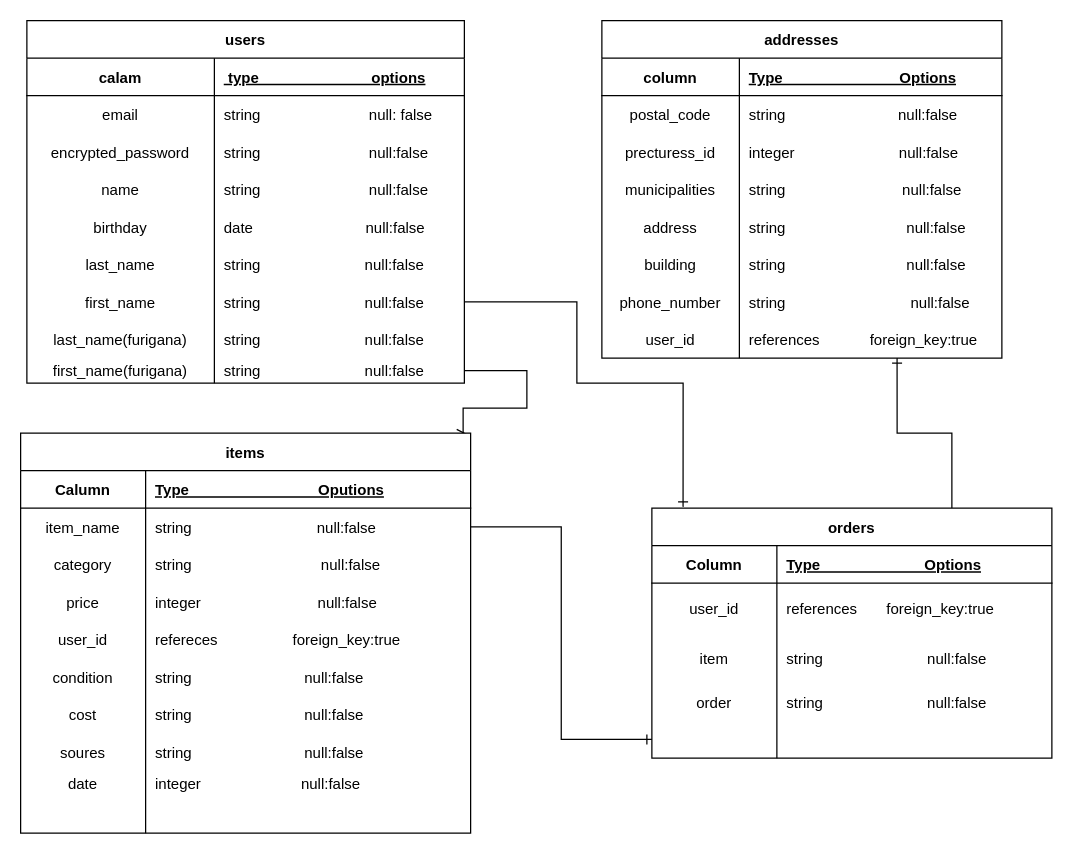
Before: test.dio in ikekou0015/furima-31160, a draw.io diagram. Source tidied: cells renumbered, new cells numbered last; positions are measured from the earlier drawing's top-left corner, leaving out a move shared by most shapes. Both pictures are drawn from the tidied source at 125%, with x=0, y=0 at pixel (20, 20).
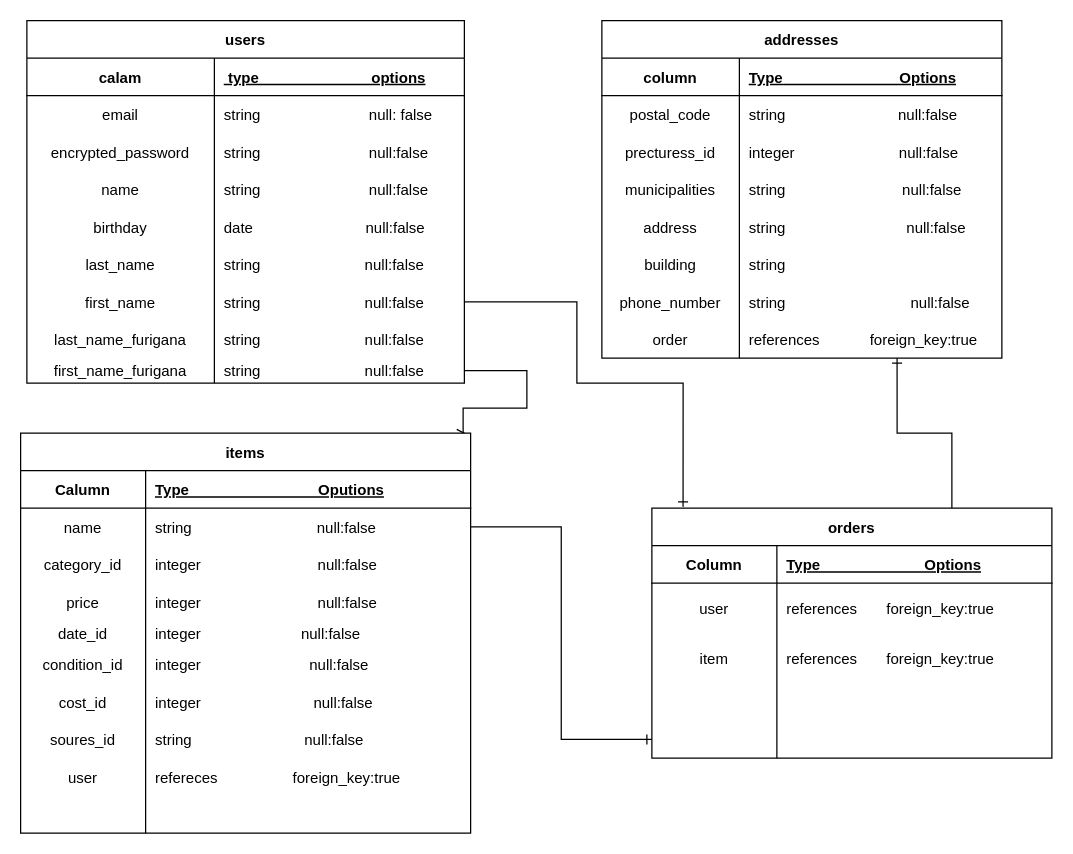
After the change.

Commit message (it also covers changes not shown here):
データベースER図修正３

Unchanged cells that the change refers to:
```xml
<mxCell id="24" style="shape=partialRectangle;fillColor=none;top=0;left=0;bottom=0;right=0;" parent="2" vertex="1">
  <mxGeometry y="240" width="350" height="30" as="geometry" />
</mxCell>
<mxCell id="27" style="shape=partialRectangle;fillColor=none;top=0;left=0;bottom=0;right=0;points=[[0,0.5],[1,0.5]];portConstraint=eastwest;" parent="2" vertex="1">
  <mxGeometry y="270" width="350" height="20" as="geometry" />
</mxCell>
<mxCell id="49" style="shape=partialRectangle;fillColor=none;top=0;left=0;bottom=0;right=0;" parent="33" vertex="1">
  <mxGeometry y="180" width="320" height="30" as="geometry" />
</mxCell>
<mxCell id="55" style="shape=partialRectangle;fillColor=none;top=0;left=0;bottom=0;right=0;points=[[0,0.5],[1,0.5]];portConstraint=eastwest;" parent="33" vertex="1">
  <mxGeometry y="240" width="320" height="30" as="geometry" />
</mxCell>
<mxCell id="58" value="items" style="shape=table;startSize=30;childLayout=tableLayout;rowLines=0;fontStyle=1;align=center;" parent="1" vertex="1">
  <mxGeometry y="330" width="360" height="320" as="geometry" />
</mxCell>
<mxCell id="62" style="shape=partialRectangle;fillColor=none;top=0;left=0;bottom=0;right=0;points=[[0,0.5],[1,0.5]];portConstraint=eastwest;" parent="58" vertex="1">
  <mxGeometry y="60" width="360" height="30" as="geometry" />
</mxCell>
<mxCell id="65" style="shape=partialRectangle;fillColor=none;top=0;left=0;bottom=0;right=0;" parent="58" vertex="1">
  <mxGeometry y="90" width="360" height="30" as="geometry" />
</mxCell>
<mxCell id="94" style="shape=partialRectangle;fillColor=none;top=0;left=0;bottom=0;right=0;" parent="90" vertex="1">
  <mxGeometry y="60" width="320" height="40" as="geometry" />
</mxCell>
<mxCell id="97" style="shape=partialRectangle;fillColor=none;top=0;left=0;bottom=0;right=0;" parent="90" vertex="1">
  <mxGeometry y="100" width="320" height="40" as="geometry" />
</mxCell>
<mxCell id="100" style="shape=partialRectangle;fillColor=none;top=0;left=0;bottom=0;right=0;" parent="90" vertex="1">
  <mxGeometry y="140" width="320" height="30" as="geometry" />
</mxCell>
```

What changed in the source:
```diff
@@
-    <mxCell id="25" value="last_name(furigana)" style="shape=partialRectangle;fillColor=none;top=0;left=0;bottom=0;right=0;overflow=hidden;" parent="24" vertex="1">
+    <mxCell id="25" value="last_name_furigana" style="shape=partialRectangle;fillColor=none;top=0;left=0;bottom=0;right=0;overflow=hidden;" parent="24" vertex="1">
       <mxGeometry width="150" height="30" as="geometry" />
     </mxCell>
@@
-    <mxCell id="28" value="first_name(furigana)" style="shape=partialRectangle;fillColor=none;top=0;left=0;bottom=0;right=0;overflow=hidden;" parent="27" vertex="1">
+    <mxCell id="28" value="first_name_furigana" style="shape=partialRectangle;fillColor=none;top=0;left=0;bottom=0;right=0;overflow=hidden;" parent="27" vertex="1">
       <mxGeometry width="150" height="20" as="geometry" />
     </mxCell>
@@
-    <mxCell id="51" value="string                             null:false" style="shape=partialRectangle;fillColor=none;top=0;left=0;bottom=0;right=0;align=left;spacingLeft=6;overflow=hidden;" parent="49" vertex="1">
+    <mxCell id="51" value="string                             " style="shape=partialRectangle;fillColor=none;top=0;left=0;bottom=0;right=0;align=left;spacingLeft=6;overflow=hidden;" parent="49" vertex="1">
       <mxGeometry x="110" width="210" height="30" as="geometry" />
     </mxCell>
@@
-    <mxCell id="56" value="user_id" style="shape=partialRectangle;fillColor=none;top=0;left=0;bottom=0;right=0;overflow=hidden;" parent="55" vertex="1">
+    <mxCell id="56" value="order" style="shape=partialRectangle;fillColor=none;top=0;left=0;bottom=0;right=0;overflow=hidden;" parent="55" vertex="1">
       <mxGeometry width="110" height="30" as="geometry" />
     </mxCell>
@@
-    <mxCell id="63" value="item_name" style="shape=partialRectangle;fillColor=none;top=0;left=0;bottom=0;right=0;overflow=hidden;" parent="62" vertex="1">
+    <mxCell id="63" value="name" style="shape=partialRectangle;fillColor=none;top=0;left=0;bottom=0;right=0;overflow=hidden;" parent="62" vertex="1">
       <mxGeometry width="100" height="30" as="geometry" />
     </mxCell>
@@
-    <mxCell id="66" value="category" style="shape=partialRectangle;fillColor=none;top=0;left=0;bottom=0;right=0;overflow=hidden;" parent="65" vertex="1">
+    <mxCell id="66" value="category_id" style="shape=partialRectangle;fillColor=none;top=0;left=0;bottom=0;right=0;overflow=hidden;" parent="65" vertex="1">
       <mxGeometry width="100" height="30" as="geometry" />
     </mxCell>
-    <mxCell id="67" value="string                               null:false" style="shape=partialRectangle;fillColor=none;top=0;left=0;bottom=0;right=0;align=left;spacingLeft=6;overflow=hidden;" parent="65" vertex="1">
+    <mxCell id="67" value="integer                            null:false" style="shape=partialRectangle;fillColor=none;top=0;left=0;bottom=0;right=0;align=left;spacingLeft=6;overflow=hidden;" parent="65" vertex="1">
       <mxGeometry x="100" width="260" height="30" as="geometry" />
     </mxCell>
@@
-    <mxCell id="71" style="shape=partialRectangle;fillColor=none;top=0;left=0;bottom=0;right=0;" parent="58" vertex="1">
-      <mxGeometry y="150" width="360" height="30" as="geometry" />
-    </mxCell>
-    <mxCell id="72" value="user_id" style="shape=partialRectangle;fillColor=none;top=0;left=0;bottom=0;right=0;overflow=hidden;" parent="71" vertex="1">
-      <mxGeometry width="100" height="30" as="geometry" />
-    </mxCell>
-    <mxCell id="73" value="refereces                  foreign_key:true" style="shape=partialRectangle;fillColor=none;top=0;left=0;bottom=0;right=0;align=left;spacingLeft=6;overflow=hidden;" parent="71" vertex="1">
-      <mxGeometry x="100" width="260" height="30" as="geometry" />
-    </mxCell>
+    <mxCell id="83" style="shape=partialRectangle;fillColor=none;top=0;left=0;bottom=0;right=0;" parent="58" vertex="1">
+      <mxGeometry y="150" width="360" height="20" as="geometry" />
+    </mxCell>
+    <mxCell id="84" value="date_id" style="shape=partialRectangle;fillColor=none;top=0;left=0;bottom=0;right=0;overflow=hidden;" parent="83" vertex="1">
+      <mxGeometry width="100" height="20" as="geometry" />
+    </mxCell>
+    <mxCell id="85" value="integer                        null:false" style="shape=partialRectangle;fillColor=none;top=0;left=0;bottom=0;right=0;align=left;spacingLeft=6;overflow=hidden;" parent="83" vertex="1">
+      <mxGeometry x="100" width="260" height="20" as="geometry" />
+    </mxCell>
     <mxCell id="74" style="shape=partialRectangle;fillColor=none;top=0;left=0;bottom=0;right=0;" parent="58" vertex="1">
-      <mxGeometry y="180" width="360" height="30" as="geometry" />
+      <mxGeometry y="170" width="360" height="30" as="geometry" />
     </mxCell>
-    <mxCell id="75" value="condition" style="shape=partialRectangle;fillColor=none;top=0;left=0;bottom=0;right=0;overflow=hidden;" parent="74" vertex="1">
+    <mxCell id="75" value="condition_id" style="shape=partialRectangle;fillColor=none;top=0;left=0;bottom=0;right=0;overflow=hidden;" parent="74" vertex="1">
       <mxGeometry width="100" height="30" as="geometry" />
     </mxCell>
-    <mxCell id="76" value="string                           null:false" style="shape=partialRectangle;fillColor=none;top=0;left=0;bottom=0;right=0;align=left;spacingLeft=6;overflow=hidden;" parent="74" vertex="1">
+    <mxCell id="76" value="integer                          null:false" style="shape=partialRectangle;fillColor=none;top=0;left=0;bottom=0;right=0;align=left;spacingLeft=6;overflow=hidden;" parent="74" vertex="1">
       <mxGeometry x="100" width="260" height="30" as="geometry" />
     </mxCell>
     <mxCell id="77" style="shape=partialRectangle;fillColor=none;top=0;left=0;bottom=0;right=0;" parent="58" vertex="1">
-      <mxGeometry y="210" width="360" height="30" as="geometry" />
+      <mxGeometry y="200" width="360" height="30" as="geometry" />
     </mxCell>
-    <mxCell id="78" value="cost" style="shape=partialRectangle;fillColor=none;top=0;left=0;bottom=0;right=0;overflow=hidden;" parent="77" vertex="1">
+    <mxCell id="78" value="cost_id" style="shape=partialRectangle;fillColor=none;top=0;left=0;bottom=0;right=0;overflow=hidden;" parent="77" vertex="1">
       <mxGeometry width="100" height="30" as="geometry" />
     </mxCell>
-    <mxCell id="79" value="string                           null:false" style="shape=partialRectangle;fillColor=none;top=0;left=0;bottom=0;right=0;align=left;spacingLeft=6;overflow=hidden;" parent="77" vertex="1">
+    <mxCell id="79" value="integer                           null:false" style="shape=partialRectangle;fillColor=none;top=0;left=0;bottom=0;right=0;align=left;spacingLeft=6;overflow=hidden;" parent="77" vertex="1">
       <mxGeometry x="100" width="260" height="30" as="geometry" />
     </mxCell>
     <mxCell id="80" style="shape=partialRectangle;fillColor=none;top=0;left=0;bottom=0;right=0;" parent="58" vertex="1">
-      <mxGeometry y="240" width="360" height="30" as="geometry" />
+      <mxGeometry y="230" width="360" height="30" as="geometry" />
     </mxCell>
-    <mxCell id="81" value="soures" style="shape=partialRectangle;fillColor=none;top=0;left=0;bottom=0;right=0;overflow=hidden;" parent="80" vertex="1">
+    <mxCell id="81" value="soures_id" style="shape=partialRectangle;fillColor=none;top=0;left=0;bottom=0;right=0;overflow=hidden;" parent="80" vertex="1">
       <mxGeometry width="100" height="30" as="geometry" />
     </mxCell>
@@
-    <mxCell id="83" style="shape=partialRectangle;fillColor=none;top=0;left=0;bottom=0;right=0;" parent="58" vertex="1">
-      <mxGeometry y="270" width="360" height="20" as="geometry" />
-    </mxCell>
-    <mxCell id="84" value="date" style="shape=partialRectangle;fillColor=none;top=0;left=0;bottom=0;right=0;overflow=hidden;" parent="83" vertex="1">
-      <mxGeometry width="100" height="20" as="geometry" />
-    </mxCell>
-    <mxCell id="85" value="integer                        null:false" style="shape=partialRectangle;fillColor=none;top=0;left=0;bottom=0;right=0;align=left;spacingLeft=6;overflow=hidden;" parent="83" vertex="1">
-      <mxGeometry x="100" width="260" height="20" as="geometry" />
-    </mxCell>
+    <mxCell id="71" style="shape=partialRectangle;fillColor=none;top=0;left=0;bottom=0;right=0;" parent="58" vertex="1">
+      <mxGeometry y="260" width="360" height="30" as="geometry" />
+    </mxCell>
+    <mxCell id="72" value="user" style="shape=partialRectangle;fillColor=none;top=0;left=0;bottom=0;right=0;overflow=hidden;" parent="71" vertex="1">
+      <mxGeometry width="100" height="30" as="geometry" />
+    </mxCell>
+    <mxCell id="73" value="refereces                  foreign_key:true" style="shape=partialRectangle;fillColor=none;top=0;left=0;bottom=0;right=0;align=left;spacingLeft=6;overflow=hidden;" parent="71" vertex="1">
+      <mxGeometry x="100" width="260" height="30" as="geometry" />
+    </mxCell>
@@
-    <mxCell id="95" value="user_id" style="shape=partialRectangle;fillColor=none;top=0;left=0;bottom=0;right=0;overflow=hidden;" parent="94" vertex="1">
+    <mxCell id="95" value="user" style="shape=partialRectangle;fillColor=none;top=0;left=0;bottom=0;right=0;overflow=hidden;" parent="94" vertex="1">
       <mxGeometry width="100" height="40" as="geometry" />
     </mxCell>
@@
-    <mxCell id="99" value="string                         null:false" style="shape=partialRectangle;fillColor=none;top=0;left=0;bottom=0;right=0;align=left;spacingLeft=6;overflow=hidden;" parent="97" vertex="1">
+    <mxCell id="99" value="references       foreign_key:true" style="shape=partialRectangle;fillColor=none;top=0;left=0;bottom=0;right=0;align=left;spacingLeft=6;overflow=hidden;" parent="97" vertex="1">
       <mxGeometry x="100" width="220" height="40" as="geometry" />
     </mxCell>
@@
-    <mxCell id="101" value="order" style="shape=partialRectangle;fillColor=none;top=0;left=0;bottom=0;right=0;overflow=hidden;" parent="100" vertex="1">
+    <mxCell id="101" style="shape=partialRectangle;fillColor=none;top=0;left=0;bottom=0;right=0;overflow=hidden;" parent="100" vertex="1">
       <mxGeometry width="100" height="30" as="geometry" />
     </mxCell>
-    <mxCell id="102" value="string                         null:false" style="shape=partialRectangle;fillColor=none;top=0;left=0;bottom=0;right=0;align=left;spacingLeft=6;overflow=hidden;" parent="100" vertex="1">
+    <mxCell id="102" style="shape=partialRectangle;fillColor=none;top=0;left=0;bottom=0;right=0;align=left;spacingLeft=6;overflow=hidden;" parent="100" vertex="1">
       <mxGeometry x="100" width="220" height="30" as="geometry" />
     </mxCell>
```
